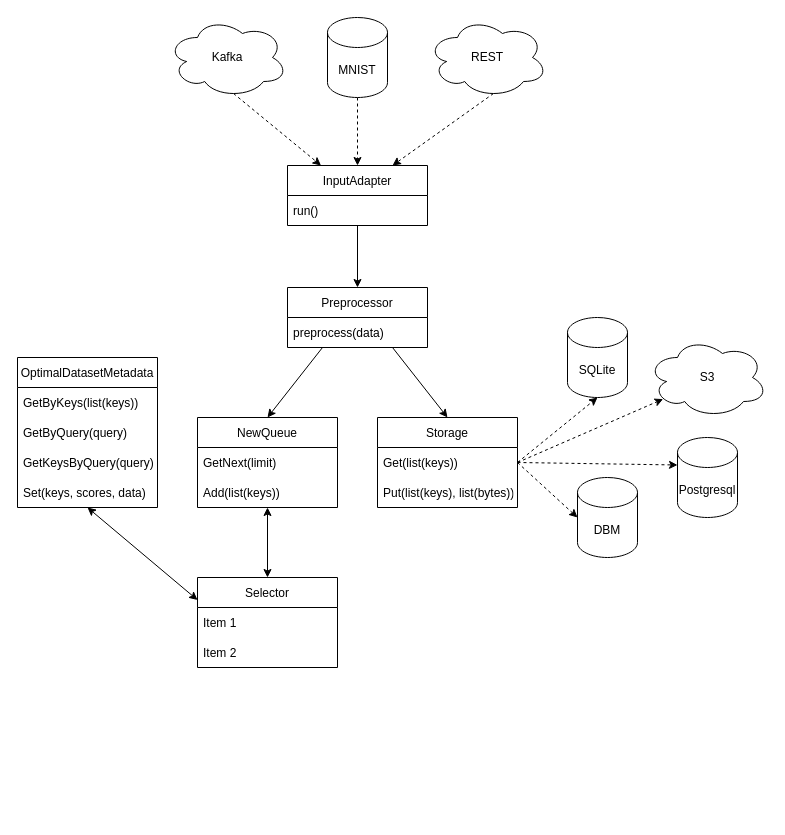
Before: docs/graphs/Architecture.drawio in eth-easl/modyn, a draw.io diagram. Source tidied: cells renumbered, new cells numbered last; positions are measured from the earlier drawing's top-left corner, leaving out a move shared by most shapes. Both pictures are drawn from the tidied source at 100%, with x=0, y=0 at pixel (17, 17).
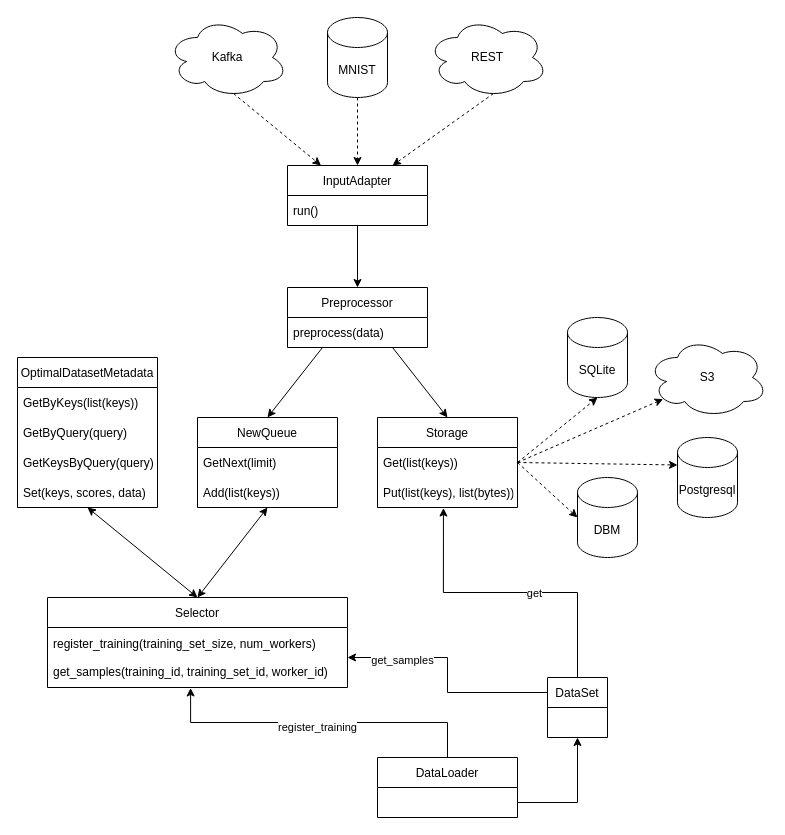
The same diagram, later.

Commit message:
Update Architecture with selector and dataloader/dataset

The change refers to these unchanged cells:
```xml
<mxCell id="8" value="Put(list(keys), list(bytes))" style="text;strokeColor=none;fillColor=none;align=left;verticalAlign=middle;spacingLeft=4;spacingRight=4;overflow=hidden;points=[[0,0.5],[1,0.5]];portConstraint=eastwest;" parent="6" vertex="1">
  <mxGeometry y="60" width="140" height="30" as="geometry" />
</mxCell>
<mxCell id="13" value="Set(keys, scores, data)" style="text;strokeColor=none;fillColor=none;align=left;verticalAlign=middle;spacingLeft=4;spacingRight=4;overflow=hidden;points=[[0,0.5],[1,0.5]];portConstraint=eastwest;" parent="9" vertex="1">
  <mxGeometry y="120" width="140" height="30" as="geometry" />
</mxCell>
```

Change to the diagram source:
```diff
@@
     <mxCell id="14" value="Selector" style="swimlane;fontStyle=0;horizontal=1;startSize=30;" parent="1" vertex="1">
-      <mxGeometry x="180" y="560" width="140" height="90" as="geometry" />
+      <mxGeometry x="30" y="580" width="300" height="90" as="geometry" />
     </mxCell>
-    <mxCell id="15" value="Item 1" style="text;strokeColor=none;fillColor=none;align=left;verticalAlign=middle;spacingLeft=4;spacingRight=4;overflow=hidden;points=[[0,0.5],[1,0.5]];portConstraint=eastwest;" parent="14" vertex="1">
-      <mxGeometry y="30" width="140" height="30" as="geometry" />
+    <mxCell id="15" value="register_training(training_set_size, num_workers)&#10;&#10;get_samples(training_id, training_set_id, worker_id)" style="text;strokeColor=none;fillColor=none;align=left;verticalAlign=middle;spacingLeft=4;spacingRight=4;overflow=hidden;points=[[0,0.5],[1,0.5]];portConstraint=eastwest;" parent="14" vertex="1">
+      <mxGeometry y="30" width="300" height="60" as="geometry" />
     </mxCell>
-    <mxCell id="16" value="Item 2" style="text;strokeColor=none;fillColor=none;align=left;verticalAlign=middle;spacingLeft=4;spacingRight=4;overflow=hidden;" parent="14" vertex="1">
-      <mxGeometry y="60" width="140" height="30" as="geometry" />
-    </mxCell>
@@
-    <mxCell id="18" style="endArrow=classic;startArrow=classic;html=1;exitX=0;exitY=0.25;exitDx=0;exitDy=0;entryX=0.5;entryY=1;entryDx=0;entryDy=0;entryPerimeter=0;" parent="1" edge="1" source="14" target="13">
+    <mxCell id="18" style="endArrow=classic;startArrow=classic;html=1;exitX=0.5;exitY=0;exitDx=0;exitDy=0;entryX=0.5;entryY=1;entryDx=0;entryDy=0;entryPerimeter=0;" parent="1" edge="1" source="14" target="13">
       <mxGeometry relative="1" as="geometry" />
     </mxCell>
@@
+    <mxCell id="39" style="edgeStyle=orthogonalEdgeStyle;rounded=0;jettySize=auto;html=1;exitX=0.5;exitY=0;exitDx=0;exitDy=0;entryX=0.477;entryY=1.008;entryDx=0;entryDy=0;entryPerimeter=0;" parent="1" edge="1" source="42" target="15">
+      <mxGeometry relative="1" as="geometry" />
+    </mxCell>
+    <mxCell id="40" value="register_training" style="edgeLabel;html=1;align=center;verticalAlign=middle;" parent="39" vertex="1">
+      <mxGeometry x="0.02" y="3" relative="1" as="geometry">
+        <mxPoint y="1" as="offset" />
+      </mxGeometry>
+    </mxCell>
+    <mxCell id="41" style="edgeStyle=orthogonalEdgeStyle;rounded=0;jettySize=auto;html=1;exitX=1;exitY=0.75;exitDx=0;exitDy=0;" parent="1" edge="1" source="42" target="47">
+      <mxGeometry relative="1" as="geometry" />
+    </mxCell>
+    <mxCell id="42" value="DataLoader" style="swimlane;fontStyle=0;horizontal=1;startSize=30;" parent="1" vertex="1">
+      <mxGeometry x="360" y="740" width="140" height="60" as="geometry" />
+    </mxCell>
+    <mxCell id="43" style="edgeStyle=orthogonalEdgeStyle;rounded=0;jettySize=auto;html=1;exitX=0;exitY=0.25;exitDx=0;exitDy=0;" parent="1" edge="1" source="47" target="15">
+      <mxGeometry relative="1" as="geometry" />
+    </mxCell>
+    <mxCell id="44" value="get_samples" style="edgeLabel;html=1;align=center;verticalAlign=middle;" parent="43" vertex="1">
+      <mxGeometry x="0.54" y="2" relative="1" as="geometry" />
+    </mxCell>
+    <mxCell id="45" style="edgeStyle=orthogonalEdgeStyle;rounded=0;jettySize=auto;html=1;exitX=0.5;exitY=0;exitDx=0;exitDy=0;entryX=0.471;entryY=1.017;entryDx=0;entryDy=0;entryPerimeter=0;" parent="1" edge="1" source="47" target="8">
+      <mxGeometry relative="1" as="geometry" />
+    </mxCell>
+    <mxCell id="46" value="get" style="edgeLabel;html=1;align=center;verticalAlign=middle;" parent="45" vertex="1">
+      <mxGeometry x="-0.15" relative="1" as="geometry" />
+    </mxCell>
+    <mxCell id="47" value="DataSet" style="swimlane;fontStyle=0;horizontal=1;startSize=30;" parent="1" vertex="1">
+      <mxGeometry x="530" y="660" width="60" height="60" as="geometry" />
+    </mxCell>
```
